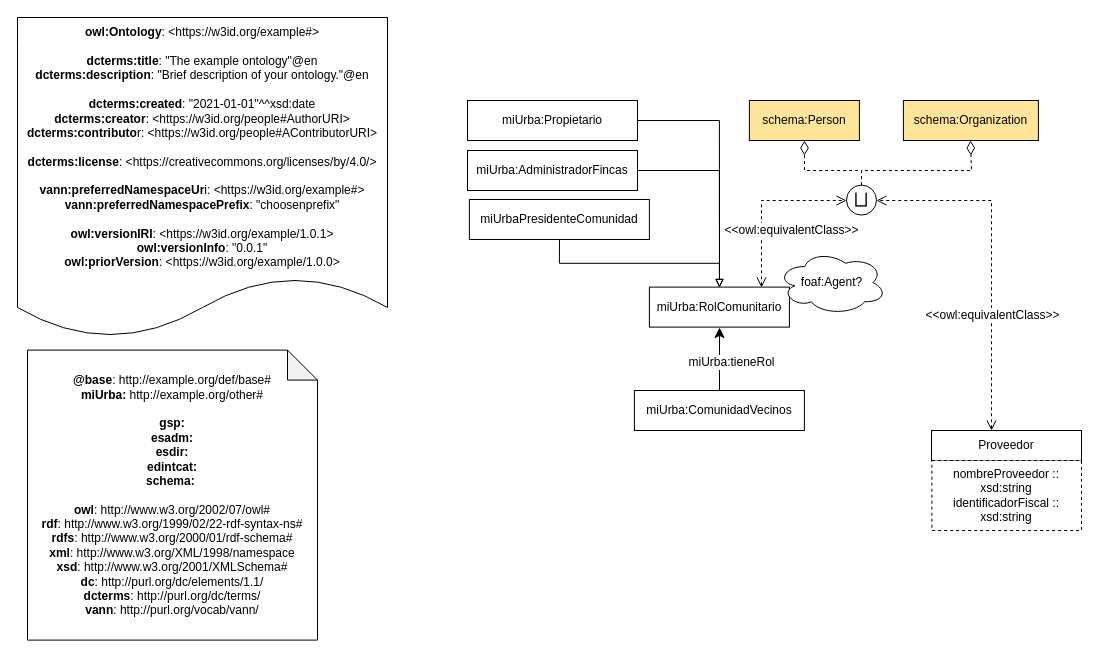
oeg-upm/ontologia-miUrba keeps this draw.io diagram as page "gobernanza" (6 of 6) of diagrams/diagrama.drawio. Above is the earlier version. Source tidied: cells renumbered, new cells numbered last; positions are measured from the earlier drawing's top-left corner, leaving out a move shared by most shapes. Both pictures are drawn from the tidied source at 100%, with x=0, y=0 at pixel (17, 17).
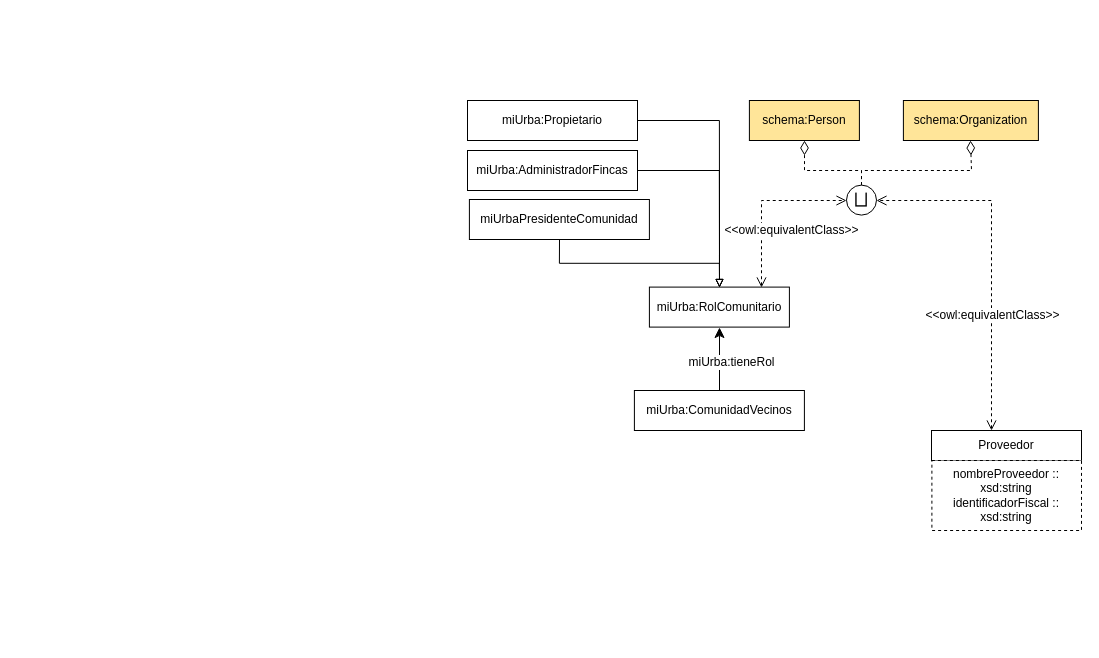
The same diagram, later.

Commit message (it also covers changes not shown here):
Update ontology with annotations and SKOS lists

Change to the diagram source:
```diff
@@
-    <mxCell id="10" value="&lt;div&gt;&lt;b style=&quot;border-color: var(--border-color);&quot;&gt;owl:Ontology&lt;/b&gt;: &amp;lt;https://w3id.org/example#&amp;gt;&lt;b&gt;&lt;br&gt;&lt;/b&gt;&lt;/div&gt;&lt;div&gt;&lt;b&gt;&lt;br&gt;&lt;/b&gt;&lt;/div&gt;&lt;div&gt;&lt;span style=&quot;background-color: light-dark(rgb(255, 255, 255), rgb(18, 18, 18));&quot;&gt;&lt;b&gt;dcterms&lt;/b&gt;&lt;/span&gt;&lt;b&gt;:title&lt;/b&gt;: &quot;The example ontology&quot;@en &lt;br&gt;&lt;b&gt;dcterms&lt;/b&gt;&lt;b&gt;:description&lt;/b&gt;: &quot;Brief description of your ontology.&quot;@en &lt;br&gt;&lt;br&gt;&lt;b&gt;dcterms&lt;/b&gt;&lt;b&gt;:created&lt;/b&gt;: &quot;2021-01-01&quot;^^xsd:date &lt;br&gt;&lt;b&gt;dcterms&lt;/b&gt;&lt;b&gt;:creator&lt;/b&gt;: &amp;lt;https://w3id.org/people#AuthorURI&amp;gt;&lt;br&gt;&lt;b&gt;dcterms&lt;/b&gt;&lt;b&gt;:contributo&lt;/b&gt;r: &amp;lt;https://w3id.org/people#AContributorURI&amp;gt;&lt;br&gt;&lt;br&gt;&lt;b&gt;dcterms&lt;/b&gt;&lt;b&gt;:license&lt;/b&gt;: &amp;lt;https://creativecommons.org/licenses/by/4.0/&amp;gt;&lt;br&gt;&lt;/div&gt;&lt;div&gt;&lt;br&gt;&lt;/div&gt;&lt;div&gt;&lt;b&gt;vann:preferredNamespaceUr&lt;/b&gt;i: &amp;lt;https://w3id.org/example#&amp;gt;&lt;br&gt;&lt;b&gt;vann:preferredNamespacePrefix&lt;/b&gt;: &quot;choosenprefix&quot; &lt;br&gt;&lt;br&gt;&lt;b&gt;owl:versionIRI&lt;/b&gt;: &amp;lt;https://w3id.org/example/1.0.1&amp;gt;&lt;br&gt;&lt;b&gt;owl:versionInfo&lt;/b&gt;: &quot;0.0.1&quot;&lt;br&gt;&lt;b&gt;owl:priorVersion&lt;/b&gt;: &amp;lt;https://w3id.org/example/1.0.0&amp;gt;&lt;br&gt;&lt;/div&gt;" style="shape=document;whiteSpace=wrap;html=1;boundedLbl=1;labelBackgroundColor=#ffffff;strokeColor=#000000;fontSize=12;fontColor=#000000;size=0.1875;" parent="1" vertex="1">
-      <mxGeometry width="370" height="320" as="geometry" />
-    </mxCell>
-    <mxCell id="11" value="&lt;div&gt;&lt;b&gt;@base&lt;/b&gt;: http://example.org/def/base#&lt;/div&gt;&lt;div style=&quot;&quot;&gt;&lt;b&gt;miUrba:&lt;/b&gt; http://example.org/other#&lt;br&gt;&lt;/div&gt;&lt;div style=&quot;&quot;&gt;&lt;br&gt;&lt;/div&gt;&lt;div style=&quot;&quot;&gt;&lt;b&gt;gsp:&lt;/b&gt;&lt;/div&gt;&lt;div style=&quot;&quot;&gt;&lt;b&gt;esadm:&lt;/b&gt;&lt;/div&gt;&lt;div style=&quot;&quot;&gt;&lt;b&gt;esdir:&lt;/b&gt;&lt;/div&gt;&lt;div style=&quot;&quot;&gt;&lt;b&gt;edintcat:&lt;/b&gt;&lt;/div&gt;&lt;div style=&quot;&quot;&gt;&lt;b&gt;schema:&amp;nbsp;&lt;/b&gt;&lt;/div&gt;&lt;div style=&quot;&quot;&gt;&lt;br&gt;&lt;/div&gt;&lt;div&gt;&lt;div style=&quot;&quot;&gt;&lt;b&gt;owl&lt;/b&gt;: http://www.w3.org/2002/07/owl#&lt;/div&gt;&lt;div&gt;&lt;b&gt;rdf&lt;/b&gt;: http://www.w3.org/1999/02/22-rdf-syntax-ns#&lt;/div&gt;&lt;div&gt;&lt;b&gt;rdfs&lt;/b&gt;: http://www.w3.org/2000/01/rdf-schema#&lt;/div&gt;&lt;div&gt;&lt;b&gt;xml&lt;/b&gt;: http://www.w3.org/XML/1998/namespace&lt;/div&gt;&lt;div&gt;&lt;b&gt;xsd&lt;/b&gt;: http://www.w3.org/2001/XMLSchema#&lt;/div&gt;&lt;div&gt;&lt;b&gt;dc&lt;/b&gt;: http://purl.org/dc/elements/1.1/&lt;/div&gt;&lt;div&gt;&lt;b&gt;dcterms&lt;/b&gt;: http://purl.org/dc/terms/&lt;/div&gt;&lt;div&gt;&lt;b&gt;vann&lt;/b&gt;: http://purl.org/vocab/vann/&lt;/div&gt;&lt;/div&gt;" style="shape=note;whiteSpace=wrap;html=1;backgroundOutline=1;darkOpacity=0.05;" parent="1" vertex="1">
-      <mxGeometry x="10" y="332.6" width="290" height="290" as="geometry" />
-    </mxCell>
@@
-    <mxCell id="22" value="foaf:Agent?" style="ellipse;shape=cloud;whiteSpace=wrap;html=1;" parent="1" vertex="1">
-      <mxGeometry x="760" y="233" width="109" height="64.1" as="geometry" />
-    </mxCell>
```
